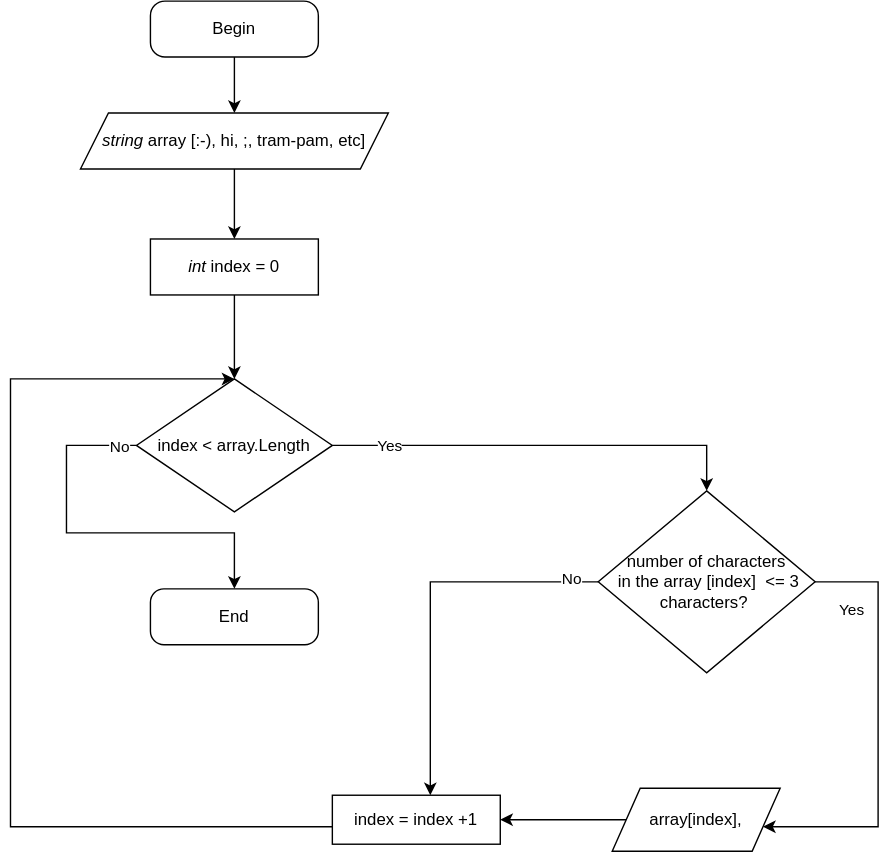
Earlier version of the draw.io export Programm for Test/Блок-схема.svg (XeniaSelkie/Final-Test). Source tidied: cells renumbered, new cells last; positions are measured from the earlier drawing's top-left corner, leaving out a move shared by most shapes.
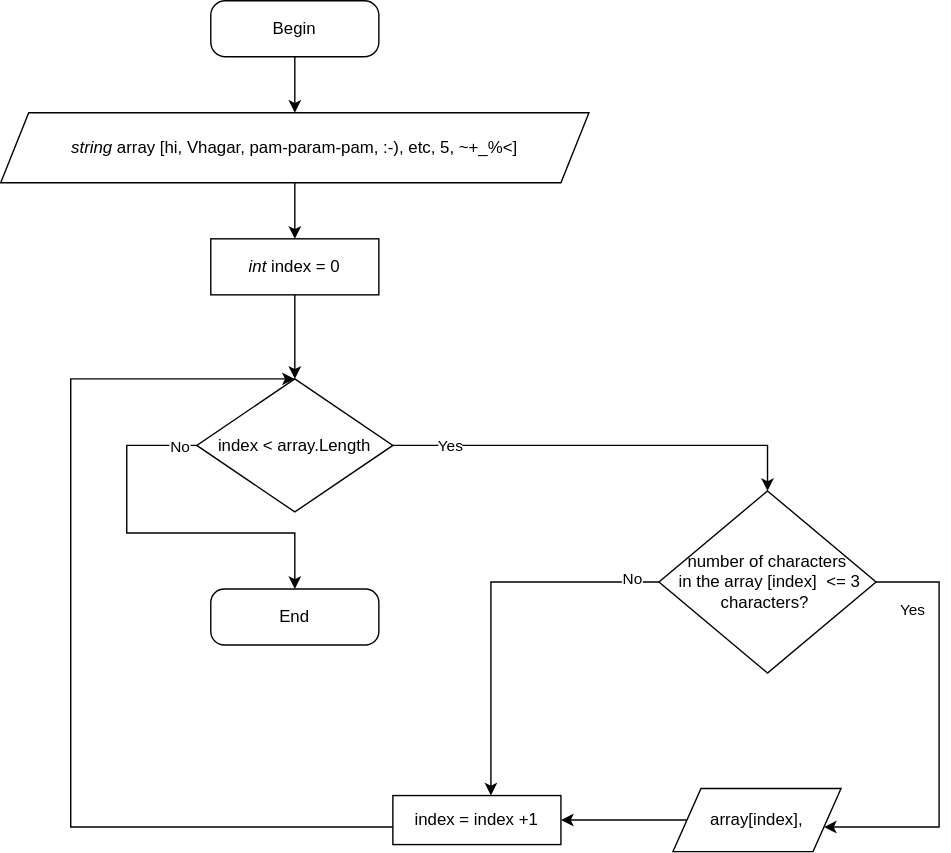
After the commit.

Diff of the diagram source:
```diff
@@ -14,8 +14,8 @@
     <mxCell id="5" style="edgeStyle=orthogonalEdgeStyle;rounded=0;jettySize=auto;html=1;" parent="1" edge="1" source="6" target="18">
       <mxGeometry relative="1" as="geometry" />
     </mxCell>
-    <mxCell id="6" value="&lt;i&gt;string&lt;/i&gt; array [:-), hi, ;, tram-pam, etc]" style="shape=parallelogram;perimeter=parallelogramPerimeter;whiteSpace=wrap;html=1;fixedSize=1;" parent="1" vertex="1">
-      <mxGeometry x="50" y="80" width="220" height="40" as="geometry" />
+    <mxCell id="6" value="&lt;i&gt;string&amp;nbsp;&lt;/i&gt;array [hi, Vhagar, pam-param-pam, :-), etc, 5, ~+_%&amp;lt;]" style="shape=parallelogram;perimeter=parallelogramPerimeter;whiteSpace=wrap;html=1;fixedSize=1;" parent="1" vertex="1">
+      <mxGeometry x="-50" y="80" width="420" height="50" as="geometry" />
     </mxCell>
     <mxCell id="7" style="edgeStyle=orthogonalEdgeStyle;rounded=0;jettySize=auto;html=1;" parent="1" edge="1" source="11" target="21">
       <mxGeometry relative="1" as="geometry">
```
